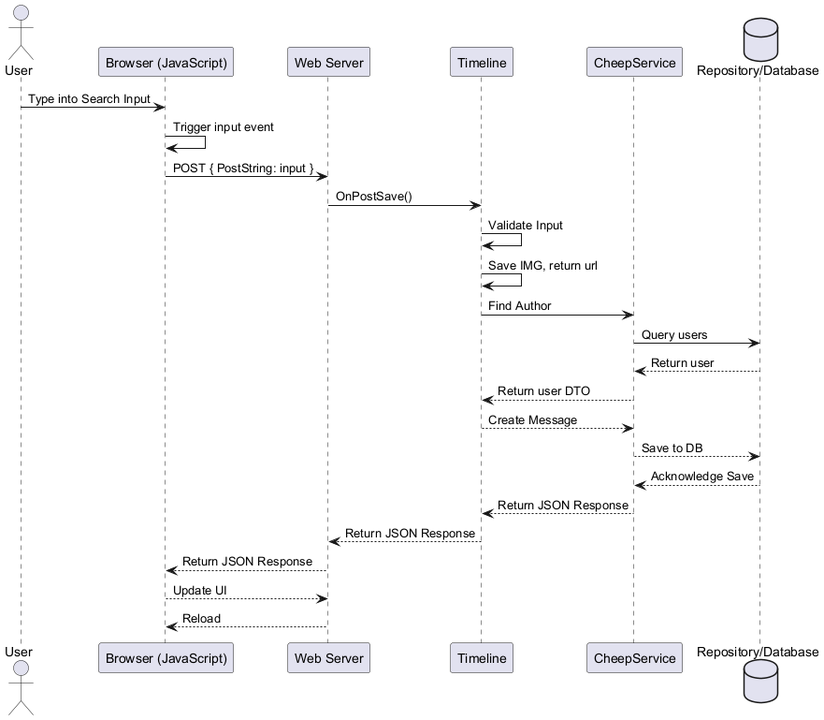
This is docs/diagrams/SimunsPics/_Post.png from ITU-BDSA2024-GROUP13/Chirp, a PlantUML export, as it was before one commit.
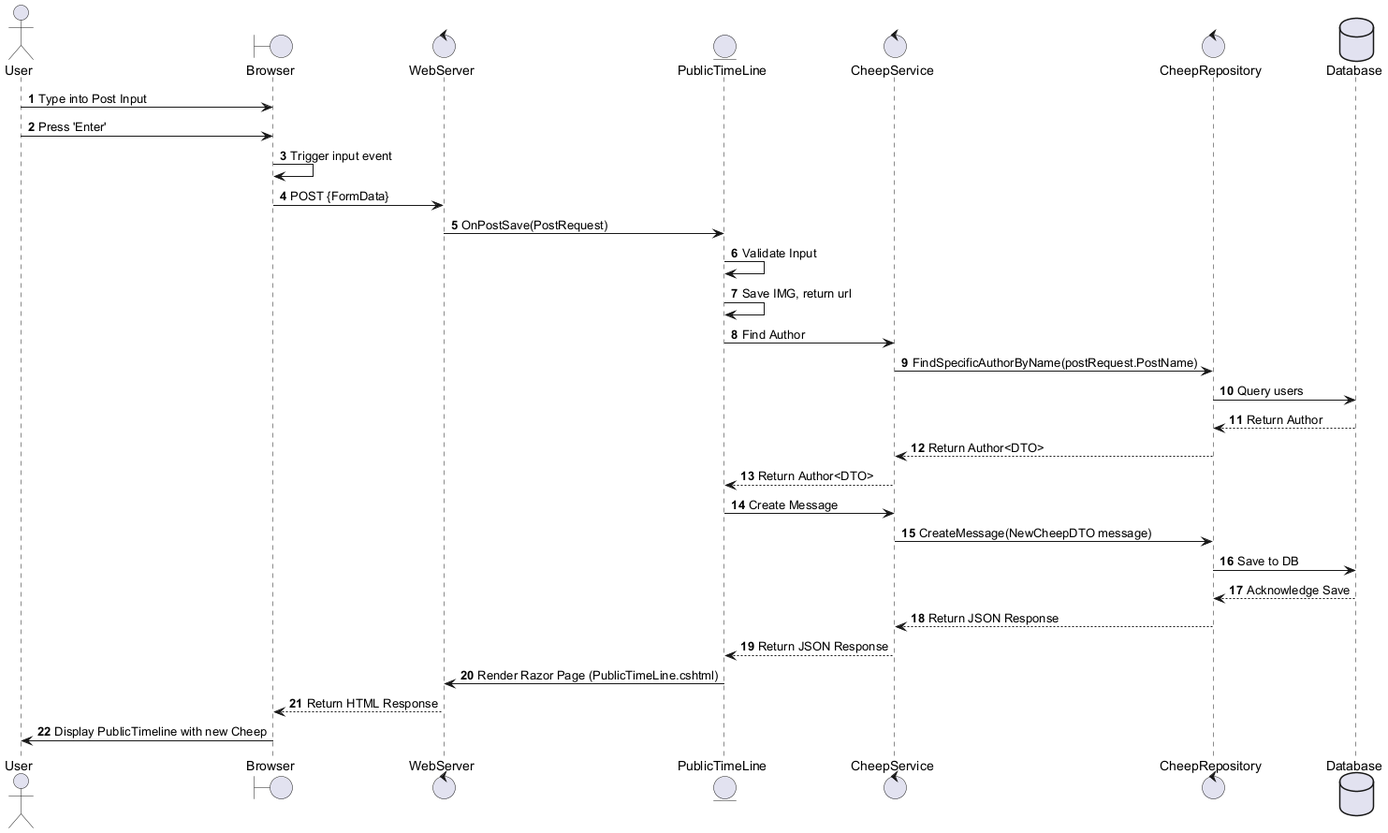
The same file after the commit.

Change to the diagram source:
```diff
@@ -1,27 +1,40 @@
 @startuml
-actor User
-participant "Browser (JavaScript)" as Browser
-participant "Web Server" as Server
-participant "Timeline" as Handler
-participant "CheepService" as Service
-database "Repository/Database" as DB
+autonumber
 
-User -> Browser : Type into Search Input
-Browser -> Browser : Trigger input event
-Browser -> Server : POST { PostString: input }
-Server -> Handler : OnPostSave()
-Handler -> Handler : Validate Input
-Handler -> Handler : Save IMG, return url
-Handler -> Service : Find Author
-Service -> DB : Query users
-DB --> Service : Return user
-Service --> Handler : Return user DTO
-Handler --> Service : Create Message
-Service --> DB: Save to DB
-DB --> Service : Acknowledge Save
-Service --> Handler : Return JSON Response
-Handler --> Server : Return JSON Response
-Server --> Browser : Return JSON Response
-Browser --> Server : Update UI
-Server --> Browser : Reload
+actor User as UU
+boundary Browser as B
+control WebServer as WS
+entity PublicTimeLine as PT
+control CheepService as CS
+control CheepRepository as CR
+database Database as DB
+
+UU -> B : Type into Post Input
+UU -> B : Press 'Enter'
+
+B -> B : Trigger input event
+B -> WS : POST {FormData}
+WS -> PT: OnPostSave(PostRequest)
+
+PT -> PT : Validate Input
+PT -> PT : Save IMG, return url
+PT -> CS : Find Author
+CS -> CR : FindSpecificAuthorByName(postRequest.PostName)
+CR -> DB : Query users
+DB --> CR : Return Author
+CR --> CS : Return Author<DTO>
+CS --> PT: Return Author<DTO>
+
+PT -> CS : Create Message
+CS -> CR : CreateMessage(NewCheepDTO message)
+CR -> DB : Save to DB
+
+DB --> CR : Acknowledge Save
+CR --> CS : Return JSON Response
+CS --> PT: Return JSON Response
+PT -> WS : Render Razor Page (PublicTimeLine.cshtml)
+
+WS --> B : Return HTML Response
+B -> UU : Display PublicTimeline with new Cheep
+
 @enduml
```
